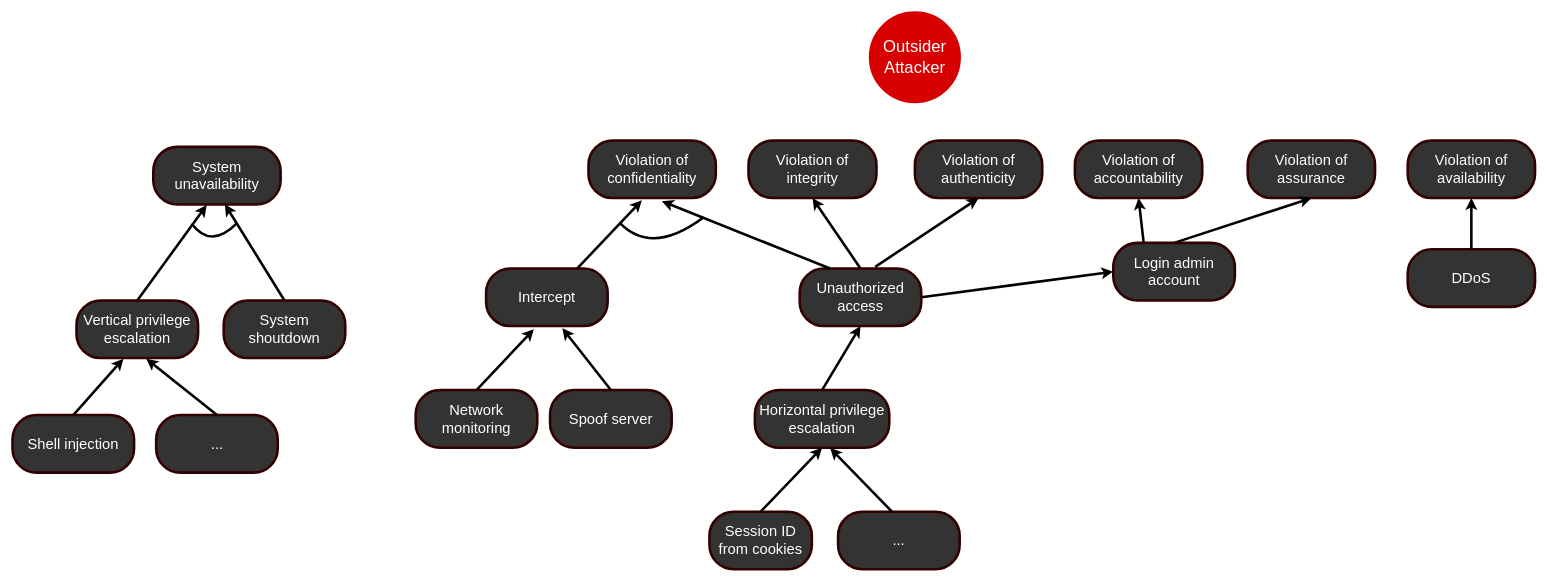
marzdeveloper/SoftwareCybersecurity keeps this draw.io diagram as Outsider attack trees.drawio. Above is the earlier version. Source tidied: cells renumbered, new cells numbered last; positions are measured from the earlier drawing's top-left corner, leaving out a move shared by most shapes. Both pictures are drawn from the tidied source at 64%, with x=0, y=0 at pixel (12, 12).
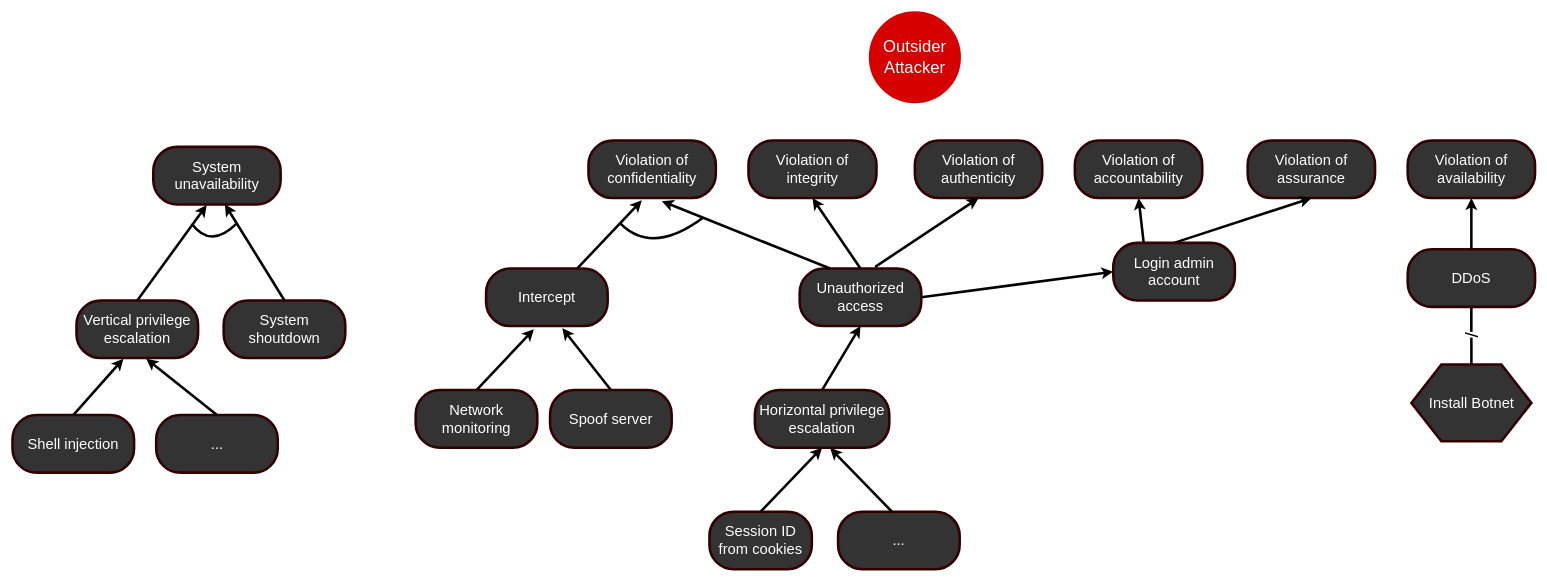
Above is the later version.

The change refers to these unchanged cells:
```xml
<mxCell id="41" value="&lt;font color=&quot;#ffffff&quot; style=&quot;font-size: 23px&quot;&gt;DDoS&lt;/font&gt;" style="rounded=1;whiteSpace=wrap;html=1;strokeColor=#330000;strokeWidth=4;fillColor=#333333;gradientColor=none;arcSize=42;" parent="1" vertex="1">
  <mxGeometry x="2180" y="370" width="199" height="90" as="geometry" />
</mxCell>
```

Diff of the diagram source:
```diff
@@
+    <mxCell id="43" value="&lt;font style=&quot;font-size: 23px&quot;&gt;Install Botnet&lt;/font&gt;" style="shape=hexagon;perimeter=hexagonPerimeter2;whiteSpace=wrap;html=1;fillColor=#333333;fontColor=#FFFFFF;rounded=0;strokeWidth=4;strokeColor=#330000;" parent="1" vertex="1">
+      <mxGeometry x="2185.8" y="550" width="187.5" height="120" as="geometry" />
+    </mxCell>
+    <mxCell id="44" value="/" style="endArrow=none;html=1;fontColor=#000000;exitX=0.5;exitY=0;exitDx=0;exitDy=0;entryX=0.5;entryY=1;entryDx=0;entryDy=0;strokeWidth=4;horizontal=0;fontSize=30;" parent="1" edge="1" source="43" target="41">
+      <mxGeometry relative="1" as="geometry" />
+    </mxCell>
```
